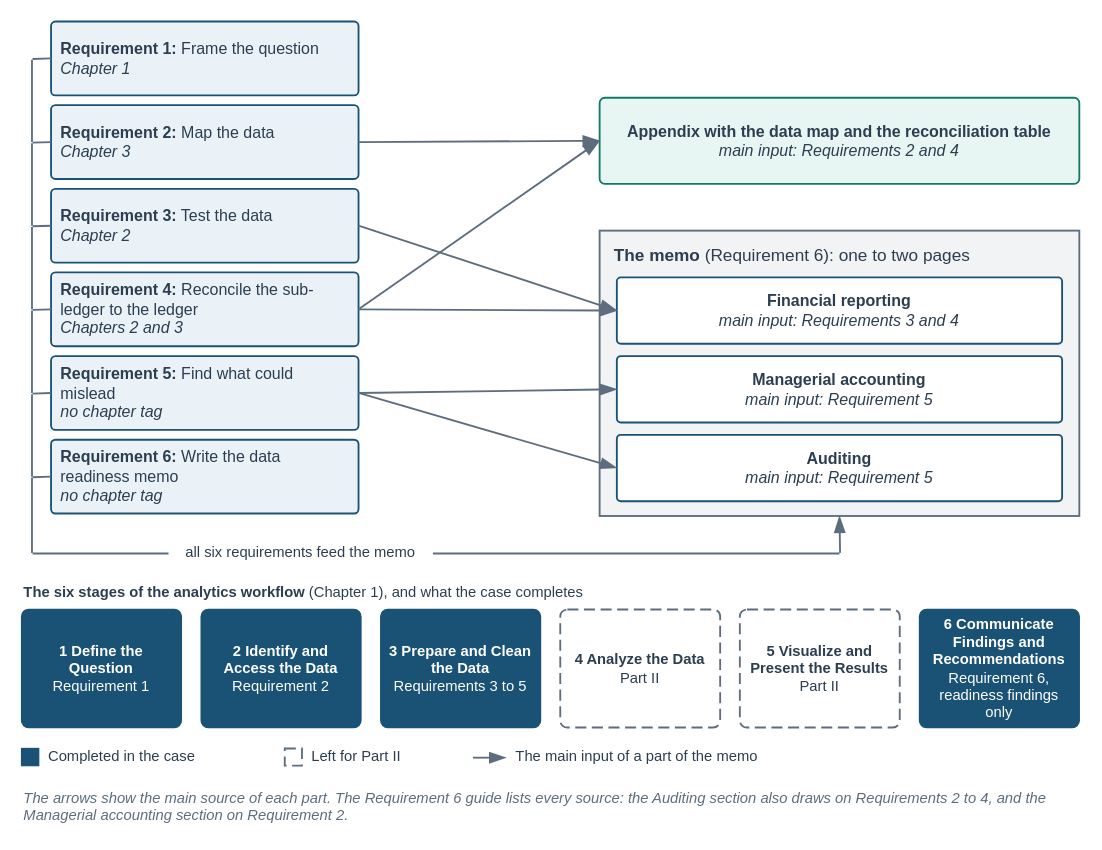
Earlier version of the draw.io diagram facts/instructor/figures/case-part-1/IF-C1-0-A.drawio (mmcodesso/Accounting_Analytics_Book). Source tidied: cells renumbered, new cells numbered last; positions are measured from the earlier drawing's top-left corner, leaving out a move shared by most shapes. Both pictures are drawn from the tidied source at 123%, with x=0, y=0 at pixel (21, 21).
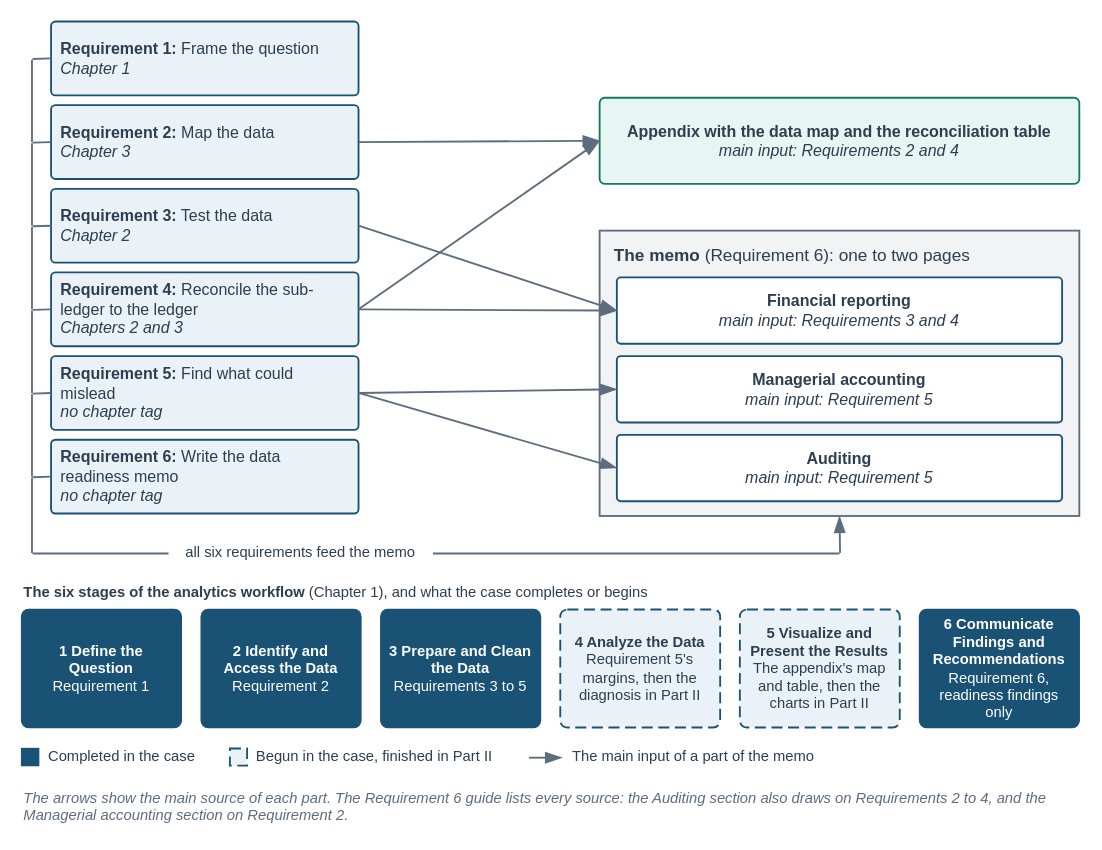
The same page after the edit.

The edit, as a diff of the source:
```diff
@@
-    <mxCell id="45" value="&lt;b&gt;The six stages of the analytics workflow&lt;/b&gt; (Chapter 1), and what the case completes" style="text;html=1;whiteSpace=wrap;align=left;verticalAlign=top;fontSize=12;fontColor=#2C3E50;fontStyle=0;fontFamily=Helvetica;spacing=2;fillColor=none;strokeColor=none;" parent="1" vertex="1">
+    <mxCell id="45" value="&lt;b&gt;The six stages of the analytics workflow&lt;/b&gt; (Chapter 1), and what the case completes or begins" style="text;html=1;whiteSpace=wrap;align=left;verticalAlign=top;fontSize=12;fontColor=#2C3E50;fontStyle=0;fontFamily=Helvetica;spacing=2;fillColor=none;strokeColor=none;" parent="1" vertex="1">
       <mxGeometry y="450" width="860" height="22" as="geometry" />
     </mxCell>
@@
-    <mxCell id="49" value="&lt;b&gt;4 Analyze the Data&lt;/b&gt;&lt;br&gt;Part II" style="rounded=1;arcSize=6;whiteSpace=wrap;html=1;fillColor=#FFFFFF;strokeColor=#5D6D7E;strokeWidth=1.5;fontColor=#2C3E50;fontSize=12;fontStyle=0;align=center;verticalAlign=middle;fontFamily=Helvetica;spacingLeft=6;spacingRight=6;dashed=1;dashPattern=6 3;" parent="1" vertex="1">
+    <mxCell id="49" value="&lt;b&gt;4 Analyze the Data&lt;/b&gt;&lt;br&gt;Requirement 5's margins, then the diagnosis in Part II" style="rounded=1;arcSize=6;whiteSpace=wrap;html=1;fillColor=#EAF2F8;strokeColor=#1A5276;strokeWidth=1.5;fontColor=#2C3E50;fontSize=12;fontStyle=0;align=center;verticalAlign=middle;fontFamily=Helvetica;spacingLeft=6;spacingRight=6;dashed=1;dashPattern=6 3;" parent="1" vertex="1">
       <mxGeometry x="438" y="478" width="130" height="96" as="geometry" />
     </mxCell>
-    <mxCell id="50" value="&lt;b&gt;5 Visualize and Present the Results&lt;/b&gt;&lt;br&gt;Part II" style="rounded=1;arcSize=6;whiteSpace=wrap;html=1;fillColor=#FFFFFF;strokeColor=#5D6D7E;strokeWidth=1.5;fontColor=#2C3E50;fontSize=12;fontStyle=0;align=center;verticalAlign=middle;fontFamily=Helvetica;spacingLeft=6;spacingRight=6;dashed=1;dashPattern=6 3;" parent="1" vertex="1">
+    <mxCell id="50" value="&lt;b&gt;5 Visualize and Present the Results&lt;/b&gt;&lt;br&gt;The appendix's map and table, then the charts in Part II" style="rounded=1;arcSize=6;whiteSpace=wrap;html=1;fillColor=#EAF2F8;strokeColor=#1A5276;strokeWidth=1.5;fontColor=#2C3E50;fontSize=12;fontStyle=0;align=center;verticalAlign=middle;fontFamily=Helvetica;spacingLeft=6;spacingRight=6;dashed=1;dashPattern=6 3;" parent="1" vertex="1">
       <mxGeometry x="584" y="478" width="130" height="96" as="geometry" />
     </mxCell>
@@
-    <mxCell id="54" style="rounded=0;arcSize=6;whiteSpace=wrap;html=1;fillColor=#FFFFFF;strokeColor=#5D6D7E;strokeWidth=1.5;fontColor=#2C3E50;fontSize=13;fontStyle=0;align=center;verticalAlign=middle;fontFamily=Helvetica;spacingLeft=6;spacingRight=6;dashed=1;dashPattern=6 3;" parent="1" vertex="1">
-      <mxGeometry x="214" y="591" width="14" height="14" as="geometry" />
+    <mxCell id="54" style="rounded=0;arcSize=6;whiteSpace=wrap;html=1;fillColor=#EAF2F8;strokeColor=#1A5276;strokeWidth=1.5;fontColor=#2C3E50;fontSize=13;fontStyle=0;align=center;verticalAlign=middle;fontFamily=Helvetica;spacingLeft=6;spacingRight=6;dashed=1;dashPattern=6 3;" parent="1" vertex="1">
+      <mxGeometry x="169.4" y="591" width="14" height="14" as="geometry" />
     </mxCell>
-    <mxCell id="55" value="Left for Part II" style="text;html=1;whiteSpace=wrap;align=left;verticalAlign=middle;fontSize=12;fontColor=#2C3E50;fontStyle=0;fontFamily=Helvetica;spacing=2;fillColor=none;strokeColor=none;" parent="1" vertex="1">
-      <mxGeometry x="234" y="588" width="110" height="20" as="geometry" />
+    <mxCell id="55" value="Begun in the case, finished in Part II" style="text;html=1;whiteSpace=wrap;align=left;verticalAlign=middle;fontSize=12;fontColor=#2C3E50;fontStyle=0;fontFamily=Helvetica;spacing=2;fillColor=none;strokeColor=none;" parent="1" vertex="1">
+      <mxGeometry x="189.4" y="588" width="200.1" height="20" as="geometry" />
     </mxCell>
     <mxCell id="56" style="text;html=1;strokeColor=none;fillColor=none;" parent="1" vertex="1">
-      <mxGeometry x="366" y="598" width="1" height="1" as="geometry" />
+      <mxGeometry x="411.5" y="598" width="1" height="1" as="geometry" />
     </mxCell>
     <mxCell id="57" style="text;html=1;strokeColor=none;fillColor=none;" parent="1" vertex="1">
-      <mxGeometry x="394" y="598" width="1" height="1" as="geometry" />
+      <mxGeometry x="439.5" y="598" width="1" height="1" as="geometry" />
     </mxCell>
@@
     <mxCell id="59" value="The main input of a part of the memo" style="text;html=1;whiteSpace=wrap;align=left;verticalAlign=middle;fontSize=12;fontColor=#2C3E50;fontStyle=0;fontFamily=Helvetica;spacing=2;fillColor=none;strokeColor=none;" parent="1" vertex="1">
-      <mxGeometry x="400" y="588" width="260" height="20" as="geometry" />
+      <mxGeometry x="445.5" y="588" width="260" height="20" as="geometry" />
     </mxCell>
```
